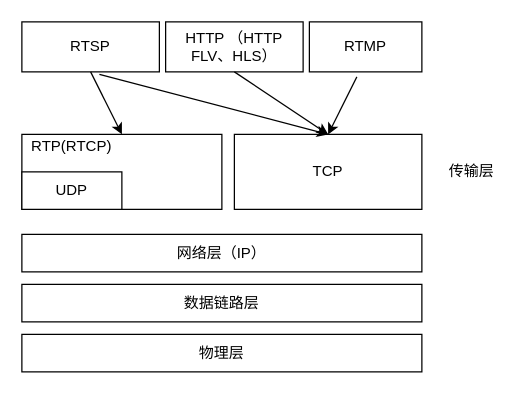
This is 直播流协议图.drawio from loc1129/uml, a draw.io file, before an edit. Source tidied: cells renumbered, new cells numbered last; positions are measured from the earlier drawing's top-left corner, leaving out a move shared by most shapes. Both pictures are drawn from the tidied source at 125%, with x=0, y=0 at pixel (21, 21).
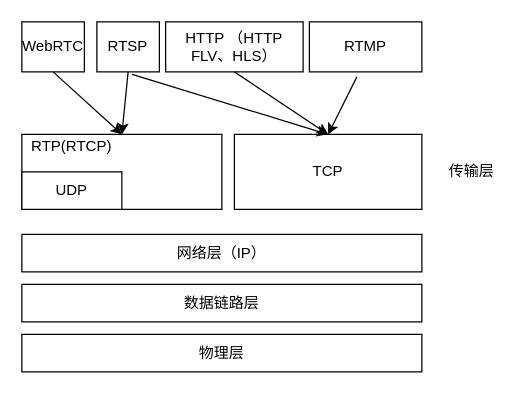
The same diagram, later.

Commit message:
Update 直播流协议图.drawio

Diff of the diagram source:
```diff
@@
 <mxGraphModel>
   <root>
     <mxCell id="0" />
     <mxCell id="1" parent="0" />
     <mxCell id="2" value="物理层" style="rounded=0;whiteSpace=wrap;html=1;" parent="1" vertex="1">
       <mxGeometry y="250" width="320" height="30" as="geometry" />
     </mxCell>
     <mxCell id="3" value="数据链路层" style="rounded=0;whiteSpace=wrap;html=1;" parent="1" vertex="1">
       <mxGeometry y="210" width="320" height="30" as="geometry" />
     </mxCell>
     <mxCell id="4" value="网络层（IP）" style="rounded=0;whiteSpace=wrap;html=1;" parent="1" vertex="1">
       <mxGeometry y="170" width="320" height="30" as="geometry" />
     </mxCell>
     <mxCell id="5" style="rounded=0;whiteSpace=wrap;html=1;" parent="1" vertex="1">
       <mxGeometry y="90" width="160" height="60" as="geometry" />
     </mxCell>
     <mxCell id="6" value="TCP&lt;br&gt;" style="rounded=0;whiteSpace=wrap;html=1;" parent="1" vertex="1">
       <mxGeometry x="170" y="90" width="150" height="60" as="geometry" />
     </mxCell>
     <mxCell id="7" value="UDP&lt;br&gt;" style="rounded=0;whiteSpace=wrap;html=1;" parent="1" vertex="1">
       <mxGeometry y="120" width="80" height="30" as="geometry" />
     </mxCell>
     <mxCell id="8" value="RTP(RTCP)" style="text;html=1;strokeColor=none;fillColor=none;align=center;verticalAlign=middle;whiteSpace=wrap;rounded=0;" parent="1" vertex="1">
       <mxGeometry x="20" y="90" width="40" height="20" as="geometry" />
     </mxCell>
     <mxCell id="9" value="RTSP" style="rounded=0;whiteSpace=wrap;html=1;" parent="1" vertex="1">
-      <mxGeometry width="110" height="40" as="geometry" />
+      <mxGeometry x="60" width="50" height="40" as="geometry" />
     </mxCell>
     <mxCell id="10" value="传输层&lt;br&gt;" style="text;html=1;strokeColor=none;fillColor=none;align=center;verticalAlign=middle;whiteSpace=wrap;rounded=0;" parent="1" vertex="1">
       <mxGeometry x="340" y="110" width="40" height="20" as="geometry" />
     </mxCell>
     <mxCell id="11" value="HTTP （HTTP FLV、HLS）" style="rounded=0;whiteSpace=wrap;html=1;" parent="1" vertex="1">
       <mxGeometry x="115" width="110" height="40" as="geometry" />
     </mxCell>
     <mxCell id="12" value="RTMP&lt;br&gt;" style="rounded=0;whiteSpace=wrap;html=1;" parent="1" vertex="1">
       <mxGeometry x="230" width="90" height="40" as="geometry" />
     </mxCell>
     <mxCell id="13" style="endArrow=classic;html=1;exitX=0.5;exitY=1;exitDx=0;exitDy=0;entryX=0.5;entryY=0;entryDx=0;entryDy=0;" parent="1" edge="1" source="9" target="5">
       <mxGeometry relative="1" as="geometry" />
     </mxCell>
     <mxCell id="14" style="endArrow=classic;html=1;exitX=0.564;exitY=1.05;exitDx=0;exitDy=0;exitPerimeter=0;entryX=0.5;entryY=0;entryDx=0;entryDy=0;" parent="1" edge="1" source="9" target="6">
       <mxGeometry relative="1" as="geometry" />
     </mxCell>
     <mxCell id="15" style="endArrow=classic;html=1;exitX=0.5;exitY=1;exitDx=0;exitDy=0;entryX=0.5;entryY=0;entryDx=0;entryDy=0;" parent="1" edge="1" source="11" target="6">
       <mxGeometry relative="1" as="geometry" />
     </mxCell>
     <mxCell id="16" style="endArrow=classic;html=1;exitX=0.422;exitY=1.1;exitDx=0;exitDy=0;exitPerimeter=0;entryX=0.5;entryY=0;entryDx=0;entryDy=0;" parent="1" edge="1" source="12" target="6">
       <mxGeometry relative="1" as="geometry" />
     </mxCell>
+    <mxCell id="17" value="WebRTC" style="rounded=0;whiteSpace=wrap;html=1;" parent="1" vertex="1">
+      <mxGeometry width="50" height="40" as="geometry" />
+    </mxCell>
+    <mxCell id="18" style="endArrow=classic;html=1;exitX=0.5;exitY=1;exitDx=0;exitDy=0;" parent="1" edge="1" source="17">
+      <mxGeometry relative="1" as="geometry">
+        <mxPoint x="80" y="90" as="targetPoint" />
+      </mxGeometry>
+    </mxCell>
   </root>
 </mxGraphModel>
```
